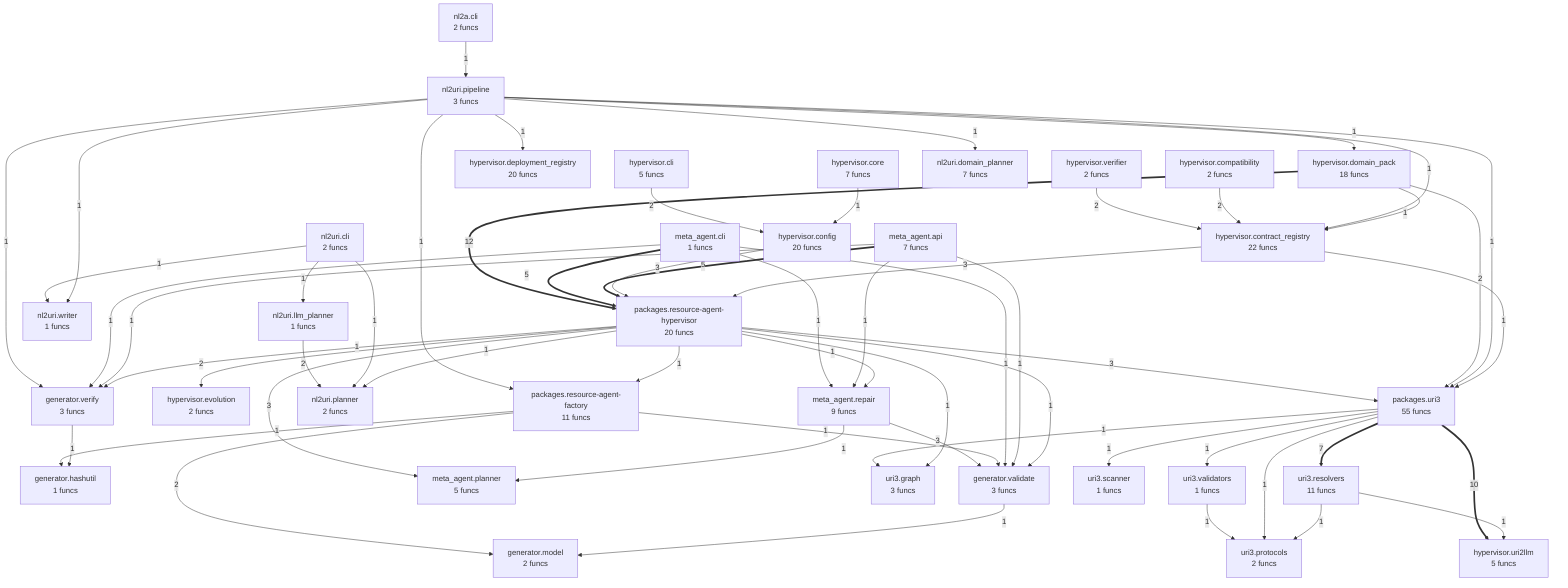
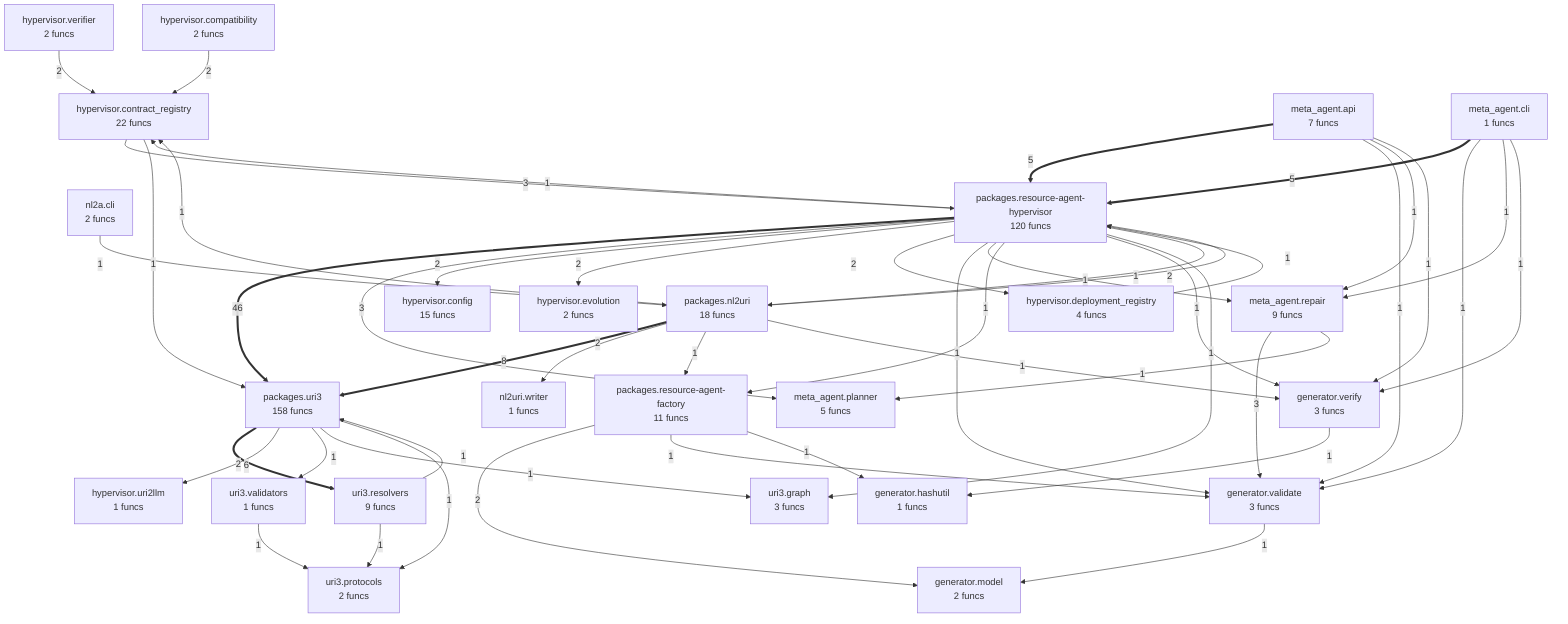
flowchart TD
- %% generated in 0.01s
+ %% generated in 0.02s
    generator__hashutil["generator.hashutil<br/>1 funcs"]
    generator__model["generator.model<br/>2 funcs"]
    generator__validate["generator.validate<br/>3 funcs"]
    generator__verify["generator.verify<br/>3 funcs"]
-     hypervisor__cli["hypervisor.cli<br/>5 funcs"]
    hypervisor__compatibility["hypervisor.compatibility<br/>2 funcs"]
-     hypervisor__config["hypervisor.config<br/>20 funcs"]
+     hypervisor__config["hypervisor.config<br/>15 funcs"]
    hypervisor__contract_registry["hypervisor.contract_registry<br/>22 funcs"]
-     hypervisor__core["hypervisor.core<br/>7 funcs"]
-     hypervisor__deployment_registry["hypervisor.deployment_registry<br/>20 funcs"]
-     hypervisor__domain_pack["hypervisor.domain_pack<br/>18 funcs"]
+     hypervisor__deployment_registry["hypervisor.deployment_registry<br/>4 funcs"]
    hypervisor__evolution["hypervisor.evolution<br/>2 funcs"]
-     hypervisor__uri2llm["hypervisor.uri2llm<br/>5 funcs"]
+     hypervisor__uri2llm["hypervisor.uri2llm<br/>1 funcs"]
    hypervisor__verifier["hypervisor.verifier<br/>2 funcs"]
    meta_agent__api["meta_agent.api<br/>7 funcs"]
    meta_agent__cli["meta_agent.cli<br/>1 funcs"]
    meta_agent__planner["meta_agent.planner<br/>5 funcs"]
    meta_agent__repair["meta_agent.repair<br/>9 funcs"]
    nl2a__cli["nl2a.cli<br/>2 funcs"]
-     nl2uri__cli["nl2uri.cli<br/>2 funcs"]
-     nl2uri__domain_planner["nl2uri.domain_planner<br/>7 funcs"]
-     nl2uri__llm_planner["nl2uri.llm_planner<br/>1 funcs"]
-     nl2uri__pipeline["nl2uri.pipeline<br/>3 funcs"]
-     nl2uri__planner["nl2uri.planner<br/>2 funcs"]
    nl2uri__writer["nl2uri.writer<br/>1 funcs"]
+     packages__nl2uri["packages.nl2uri<br/>18 funcs"]
    packages__resource_agent_factory["packages.resource-agent-factory<br/>11 funcs"]
-     packages__resource_agent_hypervisor["packages.resource-agent-hypervisor<br/>20 funcs"]
-     packages__uri3["packages.uri3<br/>55 funcs"]
+     packages__resource_agent_hypervisor["packages.resource-agent-hypervisor<br/>120 funcs"]
+     packages__uri3["packages.uri3<br/>158 funcs"]
    uri3__graph["uri3.graph<br/>3 funcs"]
    uri3__protocols["uri3.protocols<br/>2 funcs"]
-     uri3__resolvers["uri3.resolvers<br/>11 funcs"]
-     uri3__scanner["uri3.scanner<br/>1 funcs"]
+     uri3__resolvers["uri3.resolvers<br/>9 funcs"]
    uri3__validators["uri3.validators<br/>1 funcs"]
-     hypervisor__domain_pack ==>|12| packages__resource_agent_hypervisor
-     packages__uri3 ==>|10| hypervisor__uri2llm
-     packages__uri3 ==>|7| uri3__resolvers
+     packages__resource_agent_hypervisor ==>|46| packages__uri3
+     packages__nl2uri ==>|8| packages__uri3
+     packages__uri3 ==>|6| uri3__resolvers
    meta_agent__cli ==>|5| packages__resource_agent_hypervisor
    meta_agent__api ==>|5| packages__resource_agent_hypervisor
    packages__resource_agent_hypervisor -->|3| meta_agent__planner
    meta_agent__repair -->|3| generator__validate
-     hypervisor__config -->|3| packages__resource_agent_hypervisor
    hypervisor__contract_registry -->|3| packages__resource_agent_hypervisor
-     packages__resource_agent_hypervisor -->|3| packages__uri3
+     packages__uri3 -->|2| hypervisor__uri2llm
    packages__resource_agent_factory -->|2| generator__model
-     nl2uri__llm_planner -->|2| nl2uri__planner
-     hypervisor__cli -->|2| hypervisor__config
-     hypervisor__domain_pack -->|2| packages__uri3
+     packages__nl2uri -->|2| nl2uri__writer
+     packages__nl2uri -->|2| packages__resource_agent_hypervisor
    hypervisor__verifier -->|2| hypervisor__contract_registry
+     packages__resource_agent_hypervisor -->|2| hypervisor__config
+     packages__resource_agent_hypervisor -->|2| hypervisor__evolution
+     packages__resource_agent_hypervisor -->|2| hypervisor__deployment_registry
    hypervisor__compatibility -->|2| hypervisor__contract_registry
-     packages__resource_agent_hypervisor -->|2| hypervisor__evolution
+     packages__uri3 -->|1| uri3__validators
+     packages__uri3 -->|1| uri3__graph
    uri3__validators -->|1| uri3__protocols
    packages__uri3 -->|1| uri3__protocols
-     packages__uri3 -->|1| uri3__scanner
-     uri3__resolvers -->|1| hypervisor__uri2llm
+     uri3__resolvers -->|1| packages__uri3
    uri3__resolvers -->|1| uri3__protocols
    generator__validate -->|1| generator__model
    packages__resource_agent_factory -->|1| generator__validate
    packages__resource_agent_factory -->|1| generator__hashutil
    generator__verify -->|1| generator__hashutil
-     nl2uri__cli -->|1| nl2uri__planner
-     nl2uri__cli -->|1| nl2uri__llm_planner
-     nl2uri__cli -->|1| nl2uri__writer
-     nl2uri__pipeline -->|1| nl2uri__domain_planner
-     nl2uri__pipeline -->|1| nl2uri__writer
-     nl2uri__pipeline -->|1| packages__uri3
-     nl2uri__pipeline -->|1| hypervisor__domain_pack
-     nl2uri__pipeline -->|1| hypervisor__deployment_registry
-     nl2uri__pipeline -->|1| packages__resource_agent_factory
-     nl2uri__pipeline -->|1| hypervisor__contract_registry
-     nl2uri__pipeline -->|1| generator__verify
-     nl2a__cli -->|1| nl2uri__pipeline
+     packages__nl2uri -->|1| packages__resource_agent_factory
+     packages__nl2uri -->|1| hypervisor__contract_registry
+     packages__nl2uri -->|1| generator__verify
+     nl2a__cli -->|1| packages__nl2uri
    meta_agent__cli -->|1| generator__validate
    meta_agent__cli -->|1| meta_agent__repair
    meta_agent__cli -->|1| generator__verify
    meta_agent__api -->|1| generator__validate
    meta_agent__api -->|1| meta_agent__repair
    meta_agent__api -->|1| generator__verify
    packages__resource_agent_hypervisor -->|1| generator__validate
    packages__resource_agent_hypervisor -->|1| meta_agent__repair
    packages__resource_agent_hypervisor -->|1| packages__resource_agent_factory
    packages__resource_agent_hypervisor -->|1| generator__verify
    meta_agent__repair -->|1| meta_agent__planner
-     hypervisor__core -->|1| hypervisor__config
-     hypervisor__domain_pack -->|1| hypervisor__contract_registry
+     packages__resource_agent_hypervisor -->|1| hypervisor__contract_registry
+     packages__resource_agent_hypervisor -->|1| uri3__graph
+     packages__resource_agent_hypervisor -->|1| packages__nl2uri
    hypervisor__contract_registry -->|1| packages__uri3
-     packages__uri3 -->|1| uri3__validators
-     packages__uri3 -->|1| uri3__graph
-     packages__resource_agent_hypervisor -->|1| uri3__graph
-     packages__resource_agent_hypervisor -->|1| nl2uri__planner
+     hypervisor__deployment_registry -->|1| packages__resource_agent_hypervisor
